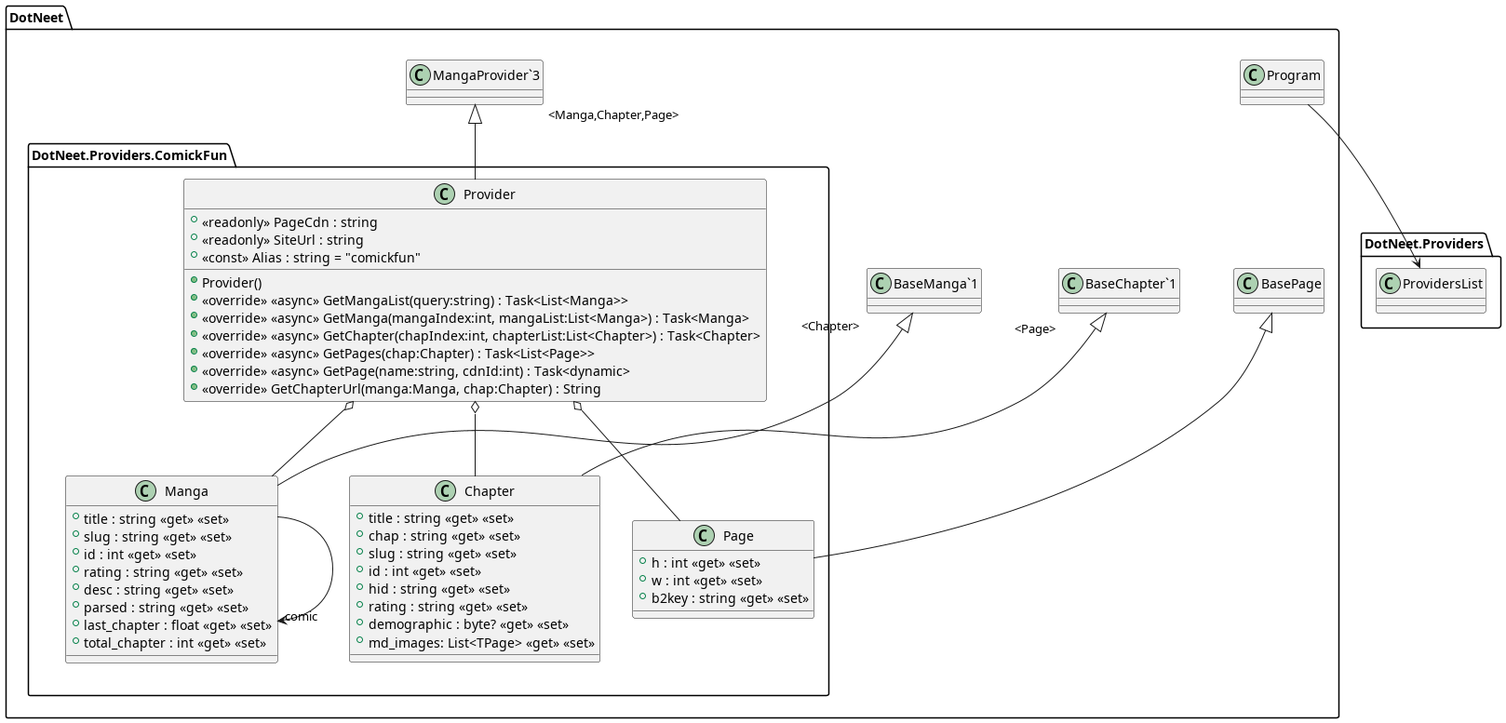
The PlantUML diagram UML/Providers/ComickFun.png in newbee1905/DotNeet, before a commit. The source it was exported from:
```plantuml
@startuml
namespace DotNeet {
	namespace DotNeet.Providers.ComickFun {
		class Page {
			+ h : int <<get>> <<set>>
			+ w : int <<get>> <<set>>
			+ b2key : string <<get>> <<set>>
		}
		class Chapter {
			+ title : string <<get>> <<set>>
			+ chap : string <<get>> <<set>>
			+ slug : string <<get>> <<set>>
			+ id : int <<get>> <<set>>
			+ hid : string <<get>> <<set>>
			+ rating : string <<get>> <<set>>
			+ demographic : byte? <<get>> <<set>>
			+ md_images: List<TPage> <<get>> <<set>>
		}
		Manga --> "comic" Manga
		class Manga {
			+ title : string <<get>> <<set>>
			+ slug : string <<get>> <<set>>
			+ id : int <<get>> <<set>>
			+ rating : string <<get>> <<set>>
			+ desc : string <<get>> <<set>>
			+ parsed : string <<get>> <<set>>
			+ last_chapter : float <<get>> <<set>>
			+ total_chapter : int <<get>> <<set>>
		}
		Provider o-- Manga
		Provider o-- Chapter
		Provider o-- Page
		class Provider {
			+ <<readonly>> PageCdn : string
			+ <<readonly>> SiteUrl : string
			+ Provider()
			+ <<const>> Alias : string = "comickfun"
			+ <<override>> <<async>> GetMangaList(query:string) : Task<List<Manga>>
			+ <<override>> <<async>> GetManga(mangaIndex:int, mangaList:List<Manga>) : Task<Manga>
			+ <<override>> <<async>> GetChapter(chapIndex:int, chapterList:List<Chapter>) : Task<Chapter>
			+ <<override>> <<async>> GetPages(chap:Chapter) : Task<List<Page>>
			+ <<override>> <<async>> GetPage(name:string, cdnId:int) : Task<dynamic>
			+ <<override>> GetChapterUrl(manga:Manga, chap:Chapter) : String
		}
	}

	BasePage <|-- DotNeet.Providers.ComickFun.Page
	"BaseChapter`1" "<Page>" <|-- DotNeet.Providers.ComickFun.Chapter
	"BaseManga`1" "<Chapter>" <|-- DotNeet.Providers.ComickFun.Manga
	"MangaProvider`3" "<Manga,Chapter,Page>" <|-- DotNeet.Providers.ComickFun.Provider
	Program --> DotNeet.Providers.ProvidersList
}
@enduml
```
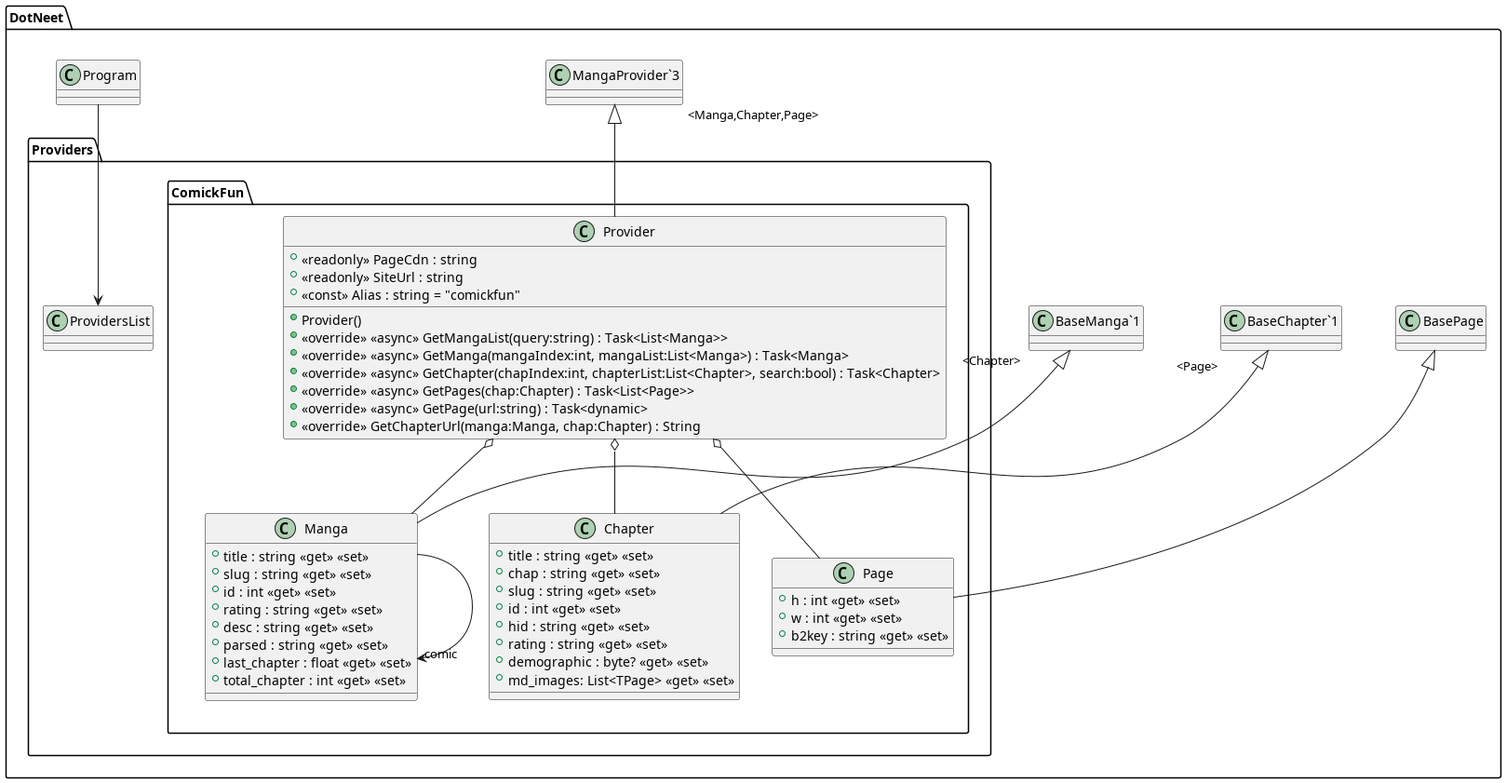
The same file after the commit.

Change to the diagram source:
```diff
@@ -1,5 +1,6 @@
 @startuml
 namespace DotNeet {
+	namespace DotNeet.Providers {
 	namespace DotNeet.Providers.ComickFun {
 		class Page {
 			+ h : int <<get>> <<set>>
@@ -37,11 +38,12 @@
 			+ <<const>> Alias : string = "comickfun"
 			+ <<override>> <<async>> GetMangaList(query:string) : Task<List<Manga>>
 			+ <<override>> <<async>> GetManga(mangaIndex:int, mangaList:List<Manga>) : Task<Manga>
-			+ <<override>> <<async>> GetChapter(chapIndex:int, chapterList:List<Chapter>) : Task<Chapter>
+			+ <<override>> <<async>> GetChapter(chapIndex:int, chapterList:List<Chapter>, search:bool) : Task<Chapter>
 			+ <<override>> <<async>> GetPages(chap:Chapter) : Task<List<Page>>
-			+ <<override>> <<async>> GetPage(name:string, cdnId:int) : Task<dynamic>
+			+ <<override>> <<async>> GetPage(url:string) : Task<dynamic>
 			+ <<override>> GetChapterUrl(manga:Manga, chap:Chapter) : String
 		}
+	}
 	}
 
 	BasePage <|-- DotNeet.Providers.ComickFun.Page
```
